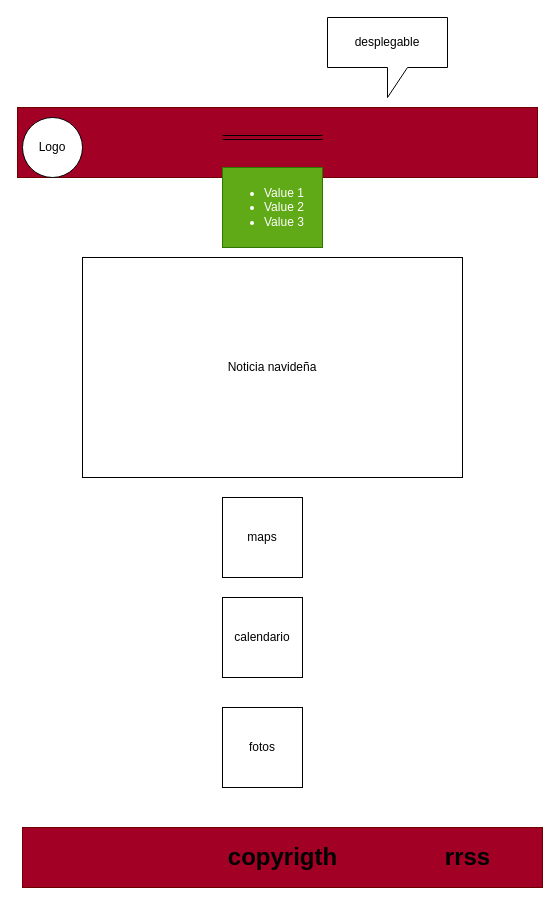
jaimecurben/paginaNavidad keeps this draw.io diagram as layout/MyLayoutPhone.drawio. Above is the earlier version. Source tidied: cells renumbered, new cells numbered last; positions are measured from the earlier drawing's top-left corner, leaving out a move shared by most shapes. Both pictures are drawn from the tidied source at 100%, with x=0, y=0 at pixel (17, 17).
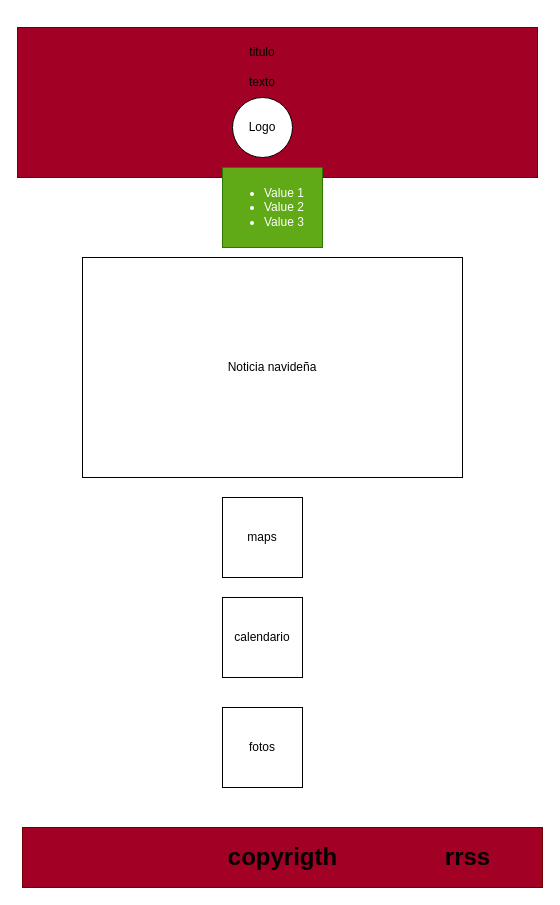
Above is the later version.

What changed in the source:
```diff
@@
 <mxGraphModel>
   <root>
     <mxCell id="0" />
     <mxCell id="1" parent="0" />
     <mxCell id="2" style="rounded=0;whiteSpace=wrap;html=1;fillColor=#a20025;fontColor=#ffffff;strokeColor=#6F0000;" parent="1" vertex="1">
-      <mxGeometry y="90" width="520" height="70" as="geometry" />
+      <mxGeometry y="10" width="520" height="150" as="geometry" />
     </mxCell>
     <mxCell id="3" value="Logo" style="ellipse;whiteSpace=wrap;html=1;" parent="1" vertex="1">
-      <mxGeometry x="5" y="100" width="60" height="60" as="geometry" />
+      <mxGeometry x="215" y="80" width="60" height="60" as="geometry" />
     </mxCell>
-    <mxCell id="4" style="shape=link;html=1;" parent="1" edge="1">
-      <mxGeometry relative="1" as="geometry">
-        <mxPoint x="205" y="120" as="sourcePoint" />
-        <mxPoint x="305" y="120" as="targetPoint" />
-      </mxGeometry>
-    </mxCell>
-    <mxCell id="5" value="desplegable" style="shape=callout;whiteSpace=wrap;html=1;perimeter=calloutPerimeter;" parent="1" vertex="1">
-      <mxGeometry x="310" width="120" height="80" as="geometry" />
-    </mxCell>
     <mxCell id="6" value="&lt;ul&gt;&lt;li&gt;Value 1&lt;/li&gt;&lt;li&gt;Value 2&lt;/li&gt;&lt;li&gt;Value 3&lt;/li&gt;&lt;/ul&gt;" style="text;strokeColor=#2D7600;fillColor=#60a917;html=1;whiteSpace=wrap;verticalAlign=middle;overflow=hidden;fontColor=#ffffff;" parent="1" vertex="1">
       <mxGeometry x="205" y="150" width="100" height="80" as="geometry" />
     </mxCell>
     <mxCell id="7" value="Noticia navideña" style="rounded=0;whiteSpace=wrap;html=1;" parent="1" vertex="1">
       <mxGeometry x="65" y="240" width="380" height="220" as="geometry" />
     </mxCell>
     <mxCell id="8" value="maps" style="whiteSpace=wrap;html=1;" parent="1" vertex="1">
       <mxGeometry x="205" y="480" width="80" height="80" as="geometry" />
     </mxCell>
     <mxCell id="9" value="calendario" style="whiteSpace=wrap;html=1;" parent="1" vertex="1">
       <mxGeometry x="205" y="580" width="80" height="80" as="geometry" />
     </mxCell>
     <mxCell id="10" value="fotos" style="whiteSpace=wrap;html=1;" parent="1" vertex="1">
       <mxGeometry x="205" y="690" width="80" height="80" as="geometry" />
     </mxCell>
     <mxCell id="11" style="rounded=0;whiteSpace=wrap;html=1;fillColor=#a20025;fontColor=#ffffff;strokeColor=#6F0000;" parent="1" vertex="1">
       <mxGeometry x="5" y="810" width="520" height="60" as="geometry" />
     </mxCell>
     <mxCell id="12" value="copyrigth" style="text;strokeColor=none;fillColor=none;html=1;fontSize=24;fontStyle=1;verticalAlign=middle;align=center;" parent="1" vertex="1">
       <mxGeometry x="215" y="820" width="100" height="40" as="geometry" />
     </mxCell>
     <mxCell id="13" value="rrss" style="text;strokeColor=none;fillColor=none;html=1;fontSize=24;fontStyle=1;verticalAlign=middle;align=center;" parent="1" vertex="1">
       <mxGeometry x="400" y="820" width="100" height="40" as="geometry" />
     </mxCell>
+    <mxCell id="14" value="titulo" style="text;html=1;strokeColor=none;fillColor=none;align=center;verticalAlign=middle;whiteSpace=wrap;rounded=0;" parent="1" vertex="1">
+      <mxGeometry x="215" y="20" width="60" height="30" as="geometry" />
+    </mxCell>
+    <mxCell id="15" value="texto&lt;br&gt;" style="text;html=1;strokeColor=none;fillColor=none;align=center;verticalAlign=middle;whiteSpace=wrap;rounded=0;" parent="1" vertex="1">
+      <mxGeometry x="215" y="50" width="60" height="30" as="geometry" />
+    </mxCell>
   </root>
 </mxGraphModel>
```
